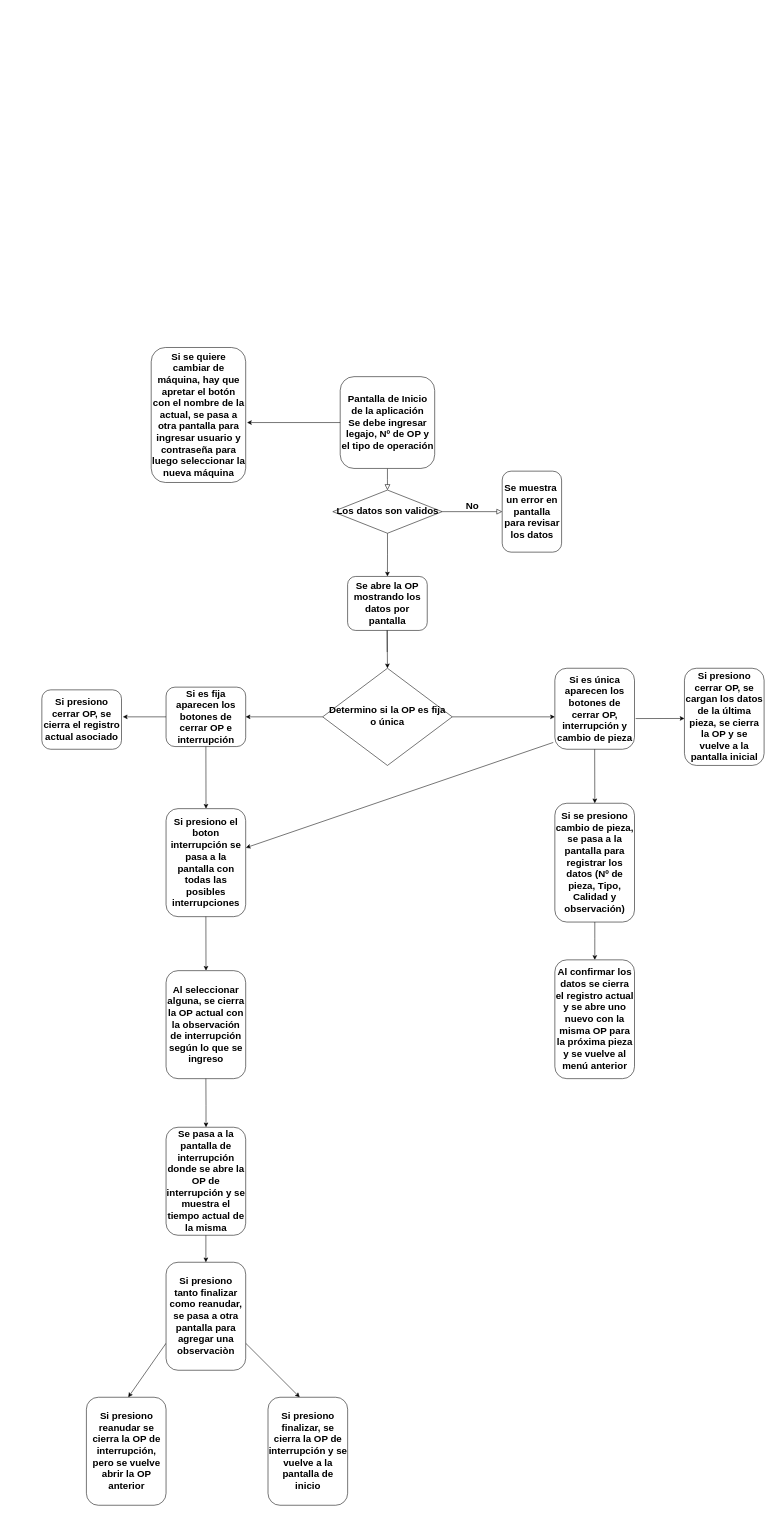
The draw.io diagram Proyecto_tablets.drawio in martin563/blinky_pont_gdb_online, before the edit. Source tidied: cells renumbered, new cells numbered last; positions are measured from the earlier drawing's top-left corner, leaving out a move shared by most shapes. Both pictures are drawn from the tidied source at 54%, with x=0, y=0 at pixel (42, 347).
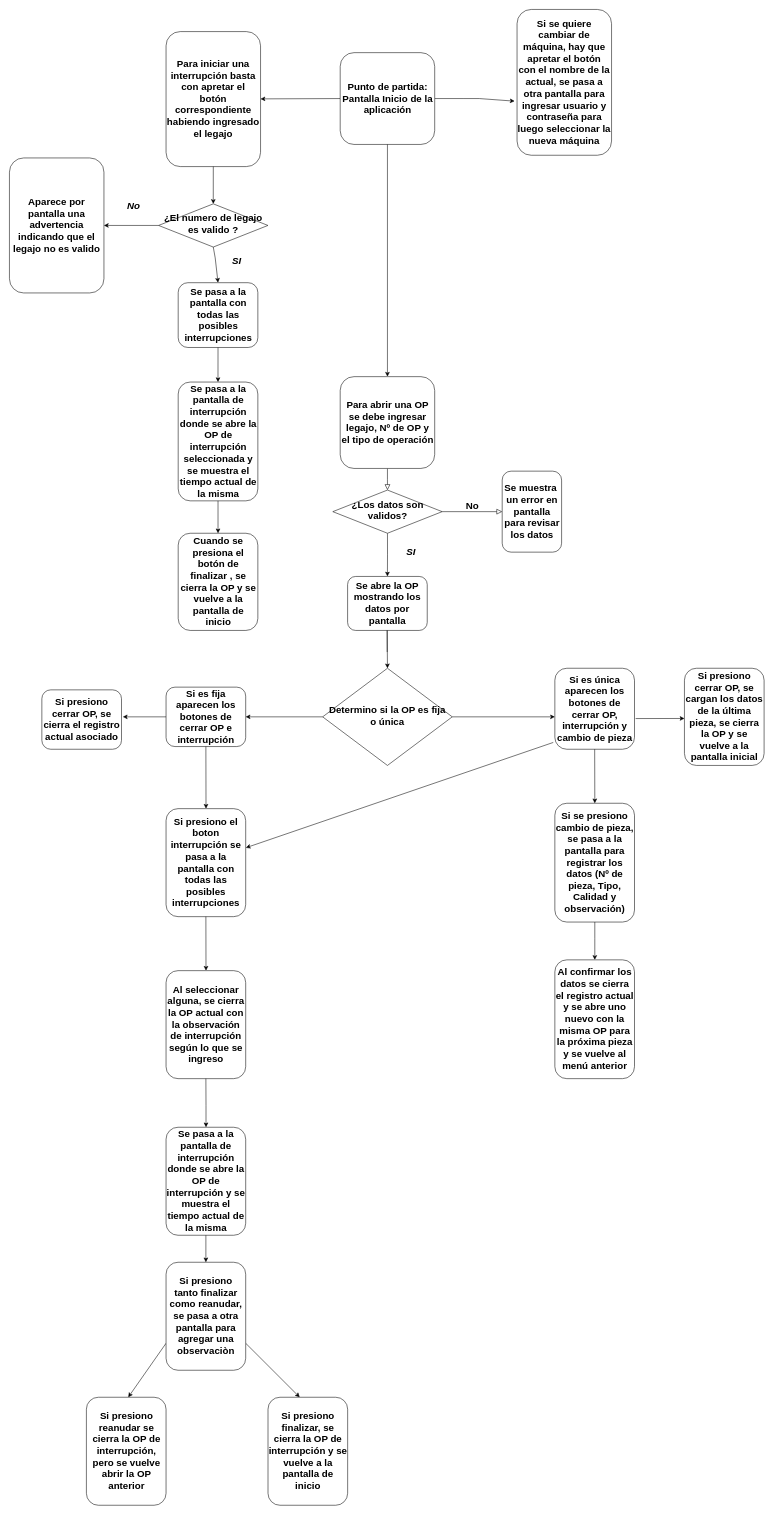
The same diagram, later.

Change to the diagram source:
```diff
@@
-    <mxCell id="3" value="Pantalla de Inicio de la aplicación&lt;br style=&quot;font-size: 18px&quot;&gt;Se debe ingresar legajo, Nº de OP y el tipo de operación" style="rounded=1;whiteSpace=wrap;html=1;fontSize=18;glass=0;strokeWidth=1;shadow=0;fontStyle=1;" parent="1" vertex="1">
+    <mxCell id="3" value="Para abrir una OP&lt;br style=&quot;font-size: 18px&quot;&gt;se debe ingresar legajo, Nº de OP y el tipo de operación" style="rounded=1;whiteSpace=wrap;html=1;fontSize=18;glass=0;strokeWidth=1;shadow=0;fontStyle=1;" parent="1" vertex="1">
       <mxGeometry x="552.5" y="54" width="175" height="170" as="geometry" />
     </mxCell>
@@
-    <mxCell id="6" value="Los datos son validos" style="rhombus;whiteSpace=wrap;html=1;shadow=0;fontFamily=Helvetica;fontSize=18;align=center;strokeWidth=1;spacing=6;spacingTop=-4;fontStyle=1;" parent="1" vertex="1">
+    <mxCell id="6" value="¿Los datos son validos?" style="rhombus;whiteSpace=wrap;html=1;shadow=0;fontFamily=Helvetica;fontSize=18;align=center;strokeWidth=1;spacing=6;spacingTop=-4;fontStyle=1;" parent="1" vertex="1">
       <mxGeometry x="538.8" y="264" width="202.5" height="80" as="geometry" />
     </mxCell>
@@
-    <mxCell id="36" style="endArrow=classic;html=1;rounded=0;fontSize=18;" parent="1" edge="1" source="3">
+    <mxCell id="36" style="endArrow=classic;html=1;rounded=0;fontSize=18;exitX=1;exitY=0.5;exitDx=0;exitDy=0;entryX=-0.026;entryY=0.629;entryDx=0;entryDy=0;entryPerimeter=0;" parent="1" edge="1" source="39" target="37">
       <mxGeometry relative="1" as="geometry">
-        <mxPoint x="380" y="139" as="targetPoint" />
+        <Array as="points">
+          <mxPoint x="780" y="-461" />
+          <mxPoint x="810" y="-461" />
+        </Array>
       </mxGeometry>
     </mxCell>
     <mxCell id="37" value="Si se quiere cambiar de máquina, hay que apretar el botón con el nombre de la actual, se pasa a otra pantalla para ingresar usuario y contraseña para luego seleccionar la nueva máquina" style="rounded=1;whiteSpace=wrap;html=1;fontSize=18;glass=0;strokeWidth=1;shadow=0;fontStyle=1;" parent="1" vertex="1">
-      <mxGeometry x="202.5" width="175" height="250" as="geometry" />
+      <mxGeometry x="880" y="-626" width="175" height="270" as="geometry" />
     </mxCell>
+    <mxCell id="38" style="endArrow=classic;html=1;rounded=0;exitX=0;exitY=0.5;exitDx=0;exitDy=0;" parent="1" edge="1" source="39" target="41">
+      <mxGeometry relative="1" as="geometry" />
+    </mxCell>
+    <mxCell id="39" value="Punto de partida:&lt;br&gt;Pantalla Inicio de la aplicación" style="rounded=1;whiteSpace=wrap;html=1;fontSize=18;glass=0;strokeWidth=1;shadow=0;fontStyle=1;" parent="1" vertex="1">
+      <mxGeometry x="552.5" y="-546" width="175" height="170" as="geometry" />
+    </mxCell>
+    <mxCell id="40" style="endArrow=classic;html=1;rounded=0;entryX=0.5;entryY=0;entryDx=0;entryDy=0;exitX=0.5;exitY=1;exitDx=0;exitDy=0;" parent="1" edge="1" source="39" target="3">
+      <mxGeometry relative="1" as="geometry" />
+    </mxCell>
+    <mxCell id="41" value="Para iniciar una interrupción basta con apretar el botón correspondiente habiendo ingresado el legajo" style="rounded=1;whiteSpace=wrap;html=1;fontSize=18;glass=0;strokeWidth=1;shadow=0;fontStyle=1;" parent="1" vertex="1">
+      <mxGeometry x="230" y="-585" width="175" height="250" as="geometry" />
+    </mxCell>
+    <mxCell id="42" value="¿El numero de legajo es valido ?" style="rhombus;whiteSpace=wrap;html=1;shadow=0;fontFamily=Helvetica;fontSize=18;align=center;strokeWidth=1;spacing=6;spacingTop=-4;fontStyle=1;" parent="1" vertex="1">
+      <mxGeometry x="216.2" y="-266" width="202.5" height="80" as="geometry" />
+    </mxCell>
+    <mxCell id="43" style="endArrow=classic;html=1;rounded=0;entryX=0.5;entryY=0;entryDx=0;entryDy=0;exitX=0.5;exitY=1;exitDx=0;exitDy=0;" parent="1" edge="1" source="41" target="42">
+      <mxGeometry relative="1" as="geometry" />
+    </mxCell>
+    <mxCell id="44" value="&lt;b&gt;&lt;i&gt;&lt;font style=&quot;font-size: 18px&quot;&gt;SI&lt;/font&gt;&lt;/i&gt;&lt;/b&gt;" style="text;html=1;strokeColor=none;fillColor=none;align=center;verticalAlign=middle;whiteSpace=wrap;rounded=0;" parent="1" vertex="1">
+      <mxGeometry x="653.8" y="364" width="60" height="30" as="geometry" />
+    </mxCell>
+    <mxCell id="45" value="&lt;span style=&quot;font-size: 18px&quot;&gt;&lt;b&gt;&lt;i&gt;No&lt;br&gt;&lt;br&gt;&lt;/i&gt;&lt;/b&gt;&lt;/span&gt;" style="text;html=1;strokeColor=none;fillColor=none;align=center;verticalAlign=middle;whiteSpace=wrap;rounded=0;" parent="1" vertex="1">
+      <mxGeometry x="140" y="-266" width="60" height="30" as="geometry" />
+    </mxCell>
+    <mxCell id="46" value="&lt;b&gt;&lt;i&gt;&lt;font style=&quot;font-size: 18px&quot;&gt;SI&lt;/font&gt;&lt;/i&gt;&lt;/b&gt;" style="text;html=1;strokeColor=none;fillColor=none;align=center;verticalAlign=middle;whiteSpace=wrap;rounded=0;" parent="1" vertex="1">
+      <mxGeometry x="331.2" y="-176" width="60" height="30" as="geometry" />
+    </mxCell>
+    <mxCell id="47" style="endArrow=classic;html=1;rounded=0;fontSize=18;exitX=0;exitY=0.5;exitDx=0;exitDy=0;" parent="1" edge="1" source="42" target="48">
+      <mxGeometry relative="1" as="geometry" />
+    </mxCell>
+    <mxCell id="48" value="Aparece por pantalla una advertencia indicando que el legajo no es valido" style="rounded=1;whiteSpace=wrap;html=1;fontSize=18;glass=0;strokeWidth=1;shadow=0;fontStyle=1;" parent="1" vertex="1">
+      <mxGeometry x="-60" y="-351" width="175" height="250" as="geometry" />
+    </mxCell>
+    <mxCell id="49" style="endArrow=classic;html=1;rounded=0;fontSize=18;exitX=0.5;exitY=1;exitDx=0;exitDy=0;entryX=0.5;entryY=0;entryDx=0;entryDy=0;" parent="1" edge="1" source="42" target="50">
+      <mxGeometry relative="1" as="geometry">
+        <Array as="points">
+          <mxPoint x="321" y="-166" />
+        </Array>
+      </mxGeometry>
+    </mxCell>
+    <mxCell id="50" value="Se pasa a la pantalla con todas las posibles interrupciones" style="rounded=1;whiteSpace=wrap;html=1;fontSize=18;glass=0;strokeWidth=1;shadow=0;fontStyle=1;" parent="1" vertex="1">
+      <mxGeometry x="252.5" y="-120" width="147.5" height="120" as="geometry" />
+    </mxCell>
+    <mxCell id="51" style="endArrow=classic;html=1;rounded=0;fontSize=18;exitX=0.5;exitY=1;exitDx=0;exitDy=0;entryX=0.5;entryY=0;entryDx=0;entryDy=0;" parent="1" edge="1" source="50">
+      <mxGeometry relative="1" as="geometry">
+        <mxPoint x="326.2" y="64" as="targetPoint" />
+      </mxGeometry>
+    </mxCell>
+    <mxCell id="52" value="Se pasa a la pantalla de interrupción donde se abre la OP de interrupción seleccionada y se muestra el tiempo actual de la misma" style="rounded=1;whiteSpace=wrap;html=1;fontSize=18;glass=0;strokeWidth=1;shadow=0;fontStyle=1;" parent="1" vertex="1">
+      <mxGeometry x="252.5" y="64" width="147.5" height="220" as="geometry" />
+    </mxCell>
+    <mxCell id="53" value="Cuando se presiona el botón de finalizar , se cierra la OP y se vuelve a la pantalla de inicio" style="rounded=1;whiteSpace=wrap;html=1;fontSize=18;glass=0;strokeWidth=1;shadow=0;fontStyle=1;" parent="1" vertex="1">
+      <mxGeometry x="252.5" y="344" width="147.5" height="180" as="geometry" />
+    </mxCell>
+    <mxCell id="54" style="endArrow=classic;html=1;rounded=0;fontSize=18;exitX=0.5;exitY=1;exitDx=0;exitDy=0;entryX=0.5;entryY=0;entryDx=0;entryDy=0;" parent="1" edge="1" source="52" target="53">
+      <mxGeometry relative="1" as="geometry" />
+    </mxCell>
```
